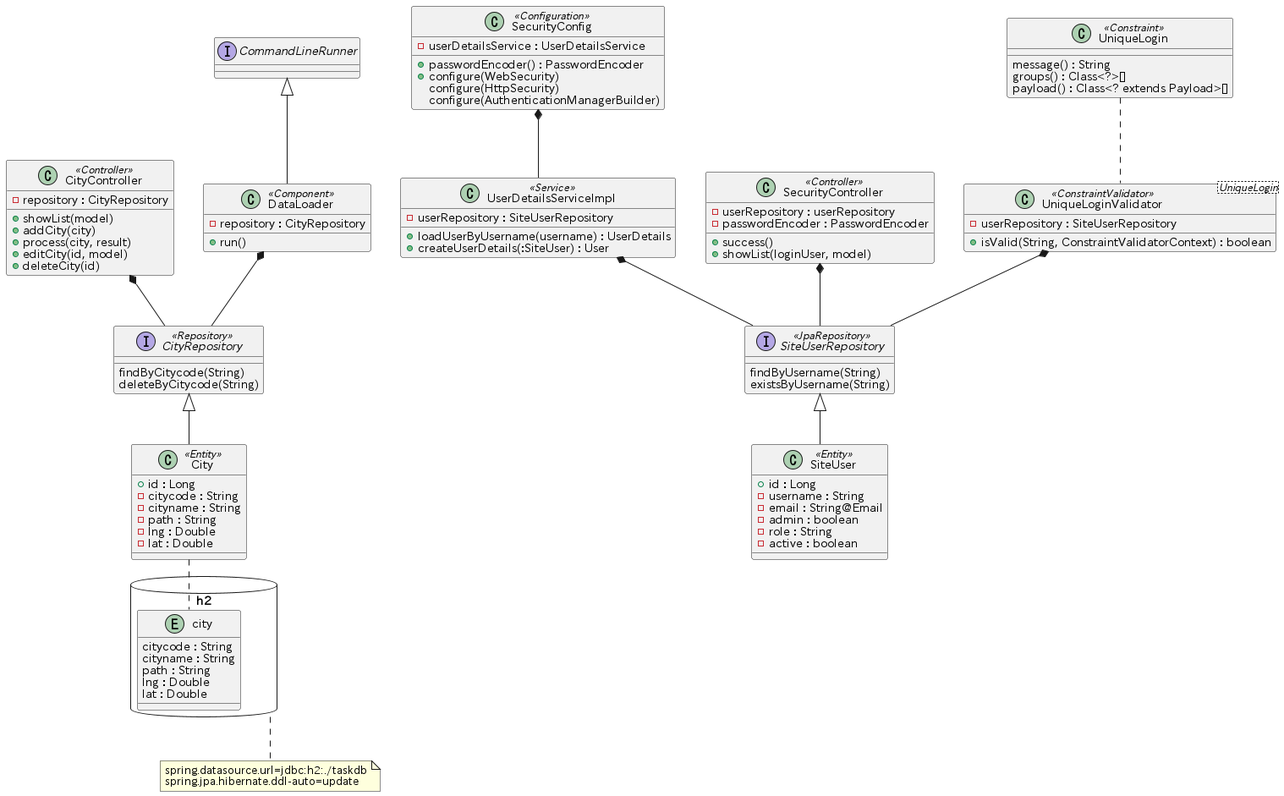
Before: class.png, a diagram exported from PlantUML (yuuhayashi/task-bldg).
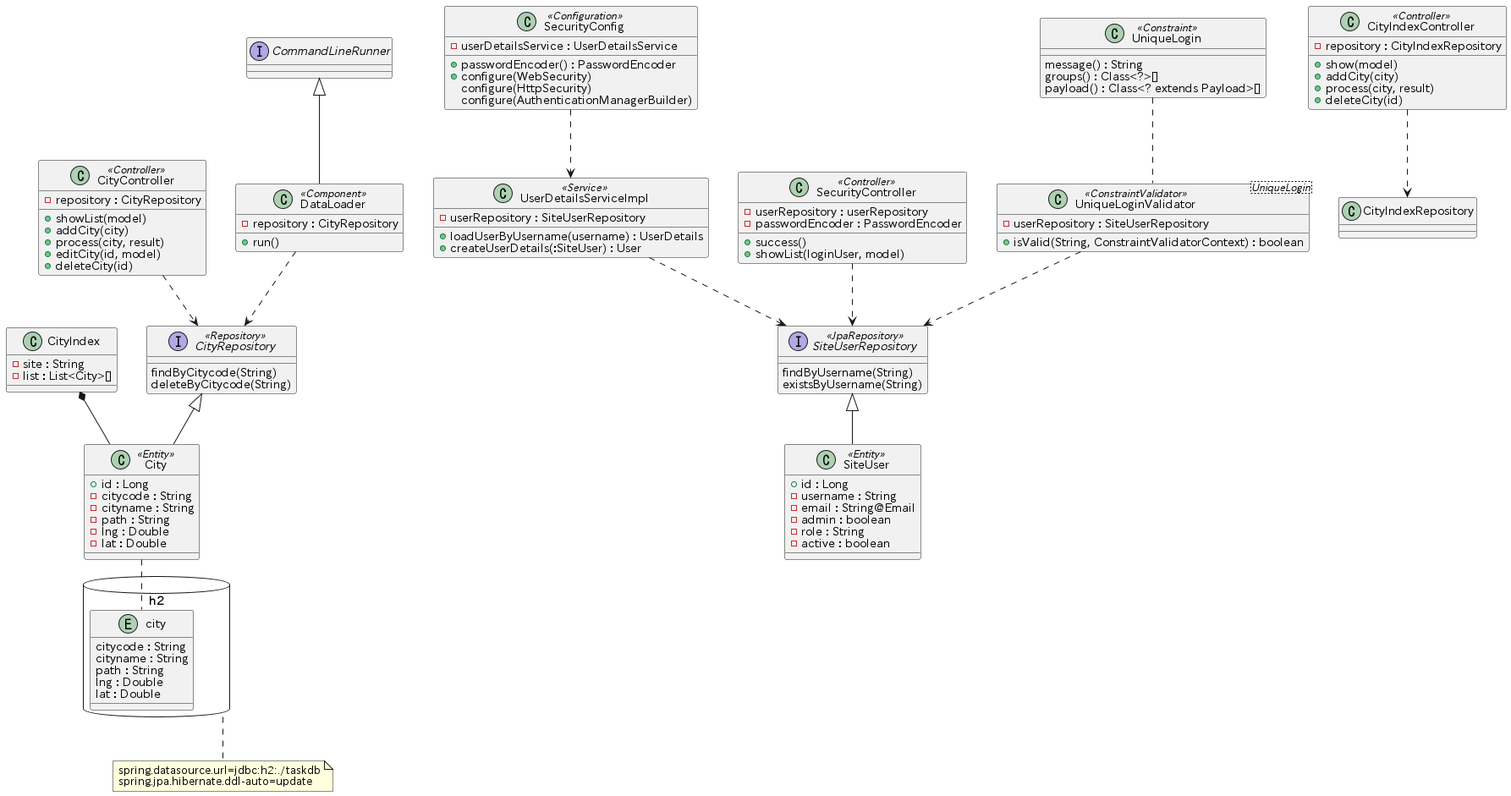
After the commit.

Diff of the diagram source:
```diff
@@ -56,10 +56,10 @@
 	findByUsername(String)
 	existsByUsername(String)
 }
-SecurityConfig *-- UserDetailsServiceImpl
-UserDetailsServiceImpl *-- SiteUserRepository
-SecurityController *-- SiteUserRepository
-UniqueLoginValidator *-- SiteUserRepository
+SecurityConfig ..> UserDetailsServiceImpl
+UserDetailsServiceImpl ..> SiteUserRepository
+SecurityController ..> SiteUserRepository
+UniqueLoginValidator ..> SiteUserRepository
 UniqueLogin .. UniqueLoginValidator
 SiteUserRepository <|-- SiteUser
 
@@ -73,10 +73,17 @@
 }
 City .. city
 
+class CityIndex {
+	- site : String
+	- list : List<City>[]
+}
+CityIndex *-- City
+
 interface CityRepository <<Repository>> {
 	findByCitycode(String)
 	deleteByCitycode(String)
 }
+CityRepository <|-- City
 
 class CityController <<Controller>> {
   - repository : CityRepository
@@ -86,6 +93,16 @@
   + editCity(id, model)
   + deleteCity(id)
 }
+CityController ..> CityRepository
+
+class CityIndexController <<Controller>> {
+  - repository : CityIndexRepository
+  + show(model)
+  + addCity(city)
+  + process(city, result)
+  + deleteCity(id)
+}
+CityIndexController ..> CityIndexRepository
 
 interface CommandLineRunner
 
@@ -93,10 +110,8 @@
   - repository : CityRepository
   + run()
 }
+DataLoader ..> CityRepository
 
-CityRepository <|-- City
-DataLoader *-- CityRepository
 CommandLineRunner <|-- DataLoader
 
-CityController *-- CityRepository
 @enduml
```
